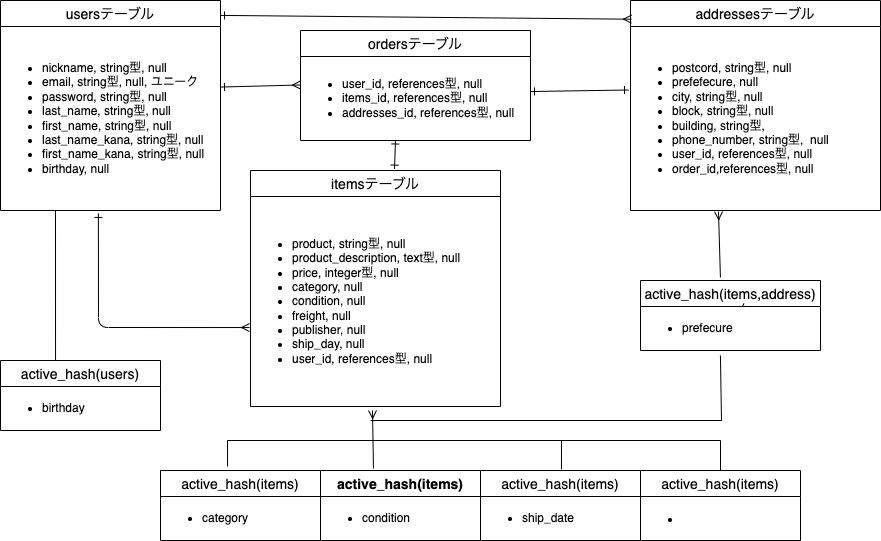
The draw.io diagram .drawio.png in naetarou/furima-38194, before a commit. Source tidied: cells renumbered, new cells last; positions are measured from the earlier drawing's top-left corner, leaving out a move shared by most shapes.
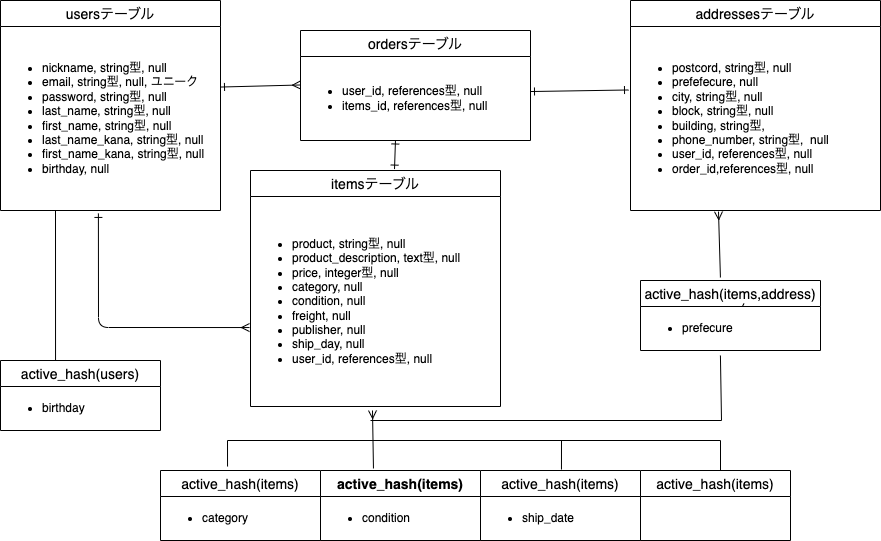
The same file after the commit.

Change to the diagram source:
```diff
@@ -17,7 +17,7 @@
     <mxCell id="6" value="ordersテーブル" style="swimlane;fontStyle=0;horizontal=1;startSize=26;align=center;fontSize=14;" parent="1" vertex="1">
       <mxGeometry x="300" y="30" width="230" height="110" as="geometry" />
     </mxCell>
-    <mxCell id="7" value="&lt;ul&gt;&lt;li&gt;user_id,&amp;nbsp;references型, null&lt;/li&gt;&lt;li&gt;items_id, references型, null&lt;/li&gt;&lt;li&gt;addresses_id, references型, null&lt;/li&gt;&lt;/ul&gt;" style="text;strokeColor=none;fillColor=none;html=1;whiteSpace=wrap;verticalAlign=middle;overflow=hidden;" parent="6" vertex="1">
+    <mxCell id="7" value="&lt;ul&gt;&lt;li&gt;user_id,&amp;nbsp;references型, null&lt;/li&gt;&lt;li&gt;items_id, references型, null&lt;/li&gt;&lt;/ul&gt;" style="text;strokeColor=none;fillColor=none;html=1;whiteSpace=wrap;verticalAlign=middle;overflow=hidden;" parent="6" vertex="1">
       <mxGeometry y="26" width="230" height="84" as="geometry" />
     </mxCell>
     <mxCell id="8" value="active_hash(users)" style="swimlane;fontStyle=0;horizontal=1;startSize=26;align=center;fontSize=14;" parent="1" vertex="1">
@@ -50,10 +50,10 @@
       <mxGeometry y="26" width="160" height="44" as="geometry" />
     </mxCell>
     <mxCell id="17" value="active_hash(items)" style="swimlane;fontStyle=0;horizontal=1;startSize=26;align=center;fontSize=14;" parent="1" vertex="1">
-      <mxGeometry x="640" y="470" width="160" height="70" as="geometry" />
+      <mxGeometry x="640" y="470" width="150" height="70" as="geometry" />
     </mxCell>
-    <mxCell id="18" value="&lt;ul&gt;&lt;li&gt;&lt;p class=&quot;p1&quot; style=&quot;margin: 0px ; font-stretch: normal ; font-size: 13px ; line-height: normal ; font-family: &amp;#34;helvetica neue&amp;#34;&quot;&gt;&lt;font color=&quot;#ffffff&quot;&gt;freight&lt;/font&gt;&lt;/p&gt;&lt;/li&gt;&lt;/ul&gt;" style="text;strokeColor=none;fillColor=none;html=1;whiteSpace=wrap;verticalAlign=middle;overflow=hidden;" parent="17" vertex="1">
-      <mxGeometry y="26" width="160" height="44" as="geometry" />
+    <mxCell id="18" value="&lt;ul&gt;&lt;li&gt;freight&lt;/li&gt;&lt;/ul&gt;" style="text;strokeColor=none;fillColor=none;html=1;whiteSpace=wrap;verticalAlign=middle;overflow=hidden;labelBackgroundColor=none;fontColor=#FFFFFF;" parent="17" vertex="1">
+      <mxGeometry y="26" width="150" height="44" as="geometry" />
     </mxCell>
     <mxCell id="19" value="active_hash(items)" style="swimlane;fontStyle=1;horizontal=1;startSize=26;align=center;fontSize=14;" parent="1" vertex="1">
       <mxGeometry x="320" y="470" width="160" height="70" as="geometry" />
@@ -108,9 +108,6 @@
     <mxCell id="31" style="endArrow=ERone;html=1;rounded=0;startArrow=ERone;startFill=0;endFill=0;entryX=-0.008;entryY=0.345;entryDx=0;entryDy=0;entryPerimeter=0;exitX=1;exitY=0.417;exitDx=0;exitDy=0;exitPerimeter=0;" parent="1" edge="1" source="7" target="30">
       <mxGeometry relative="1" as="geometry" />
     </mxCell>
-    <mxCell id="32" style="endArrow=ERmany;html=1;rounded=0;exitX=1;exitY=0.071;exitDx=0;exitDy=0;exitPerimeter=0;entryX=0.004;entryY=0.089;entryDx=0;entryDy=0;entryPerimeter=0;endFill=0;startArrow=ERone;startFill=0;" parent="1" edge="1" source="2" target="29">
-      <mxGeometry relative="1" as="geometry" />
-    </mxCell>
     <mxCell id="33" style="edgeStyle=none;html=1;startArrow=none;startFill=0;endArrow=none;endFill=0;" parent="1" edge="1">
       <mxGeometry relative="1" as="geometry">
         <mxPoint x="720" y="470" as="sourcePoint" />
```
